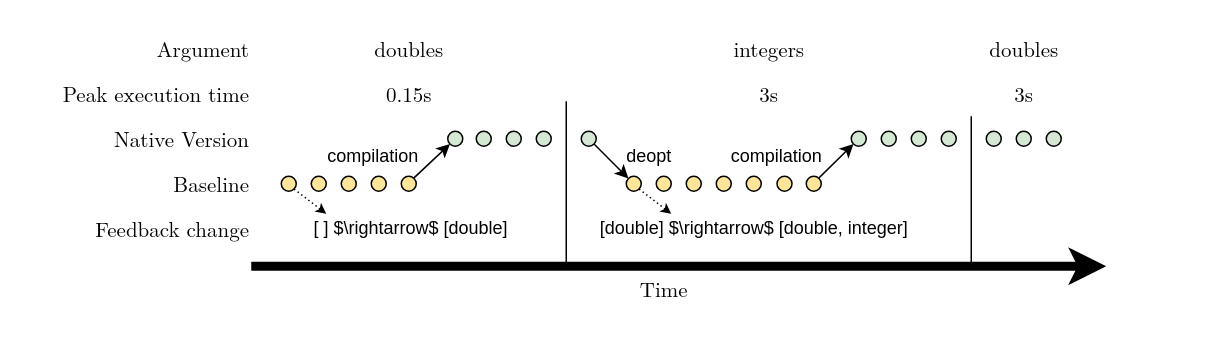
Above: page "Pollution baseline" (6 of 8) of diagrams/diagrams.drawio in rihafilip/master-thesis (draw.io), before the change. Source tidied: cells renumbered, new cells numbered last; positions are measured from the earlier drawing's top-left corner, leaving out a move shared by most shapes. Both pictures are drawn from the tidied source at 150%, with x=0, y=0 at pixel (26, 26).
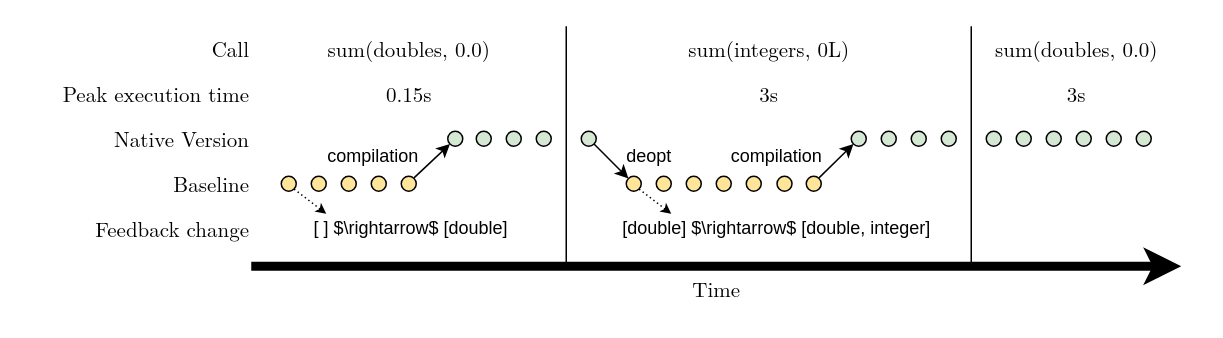
After the change.

Diff of the diagram source:
```diff
@@
     <mxCell id="2" style="endArrow=classic;html=1;rounded=0;fontFamily=LM Roman 10;fontSize=14;fontColor=default;strokeWidth=6;" parent="1" edge="1">
       <mxGeometry relative="1" as="geometry">
         <mxPoint x="150" y="160" as="sourcePoint" />
-        <mxPoint x="720" y="160" as="targetPoint" />
+        <mxPoint x="770" y="160" as="targetPoint" />
       </mxGeometry>
     </mxCell>
@@
     <mxCell id="8" value="Time" style="text;html=1;align=center;verticalAlign=middle;strokeColor=none;fillColor=none;fontSize=14;fontFamily=LM Roman 10;" parent="1" vertex="1">
-      <mxGeometry x="150" y="160" width="550" height="30" as="geometry" />
+      <mxGeometry x="150" y="160" width="620" height="30" as="geometry" />
     </mxCell>
@@
     <mxCell id="13" value="[double] $\rightarrow$ [double, integer]" style="text;html=1;align=center;verticalAlign=middle;strokeColor=none;fillColor=none;" parent="1" vertex="1">
-      <mxGeometry x="365" y="120" width="240" height="30" as="geometry" />
+      <mxGeometry x="380" y="120" width="240" height="30" as="geometry" />
     </mxCell>
@@
     <mxCell id="16" style="endArrow=none;html=1;rounded=0;" parent="1" edge="1">
       <mxGeometry relative="1" as="geometry">
-        <mxPoint x="360" y="50" as="sourcePoint" />
+        <mxPoint x="360" as="sourcePoint" />
         <mxPoint x="360" y="160" as="targetPoint" />
       </mxGeometry>
     </mxCell>
     <mxCell id="17" style="endArrow=none;html=1;rounded=0;" parent="1" edge="1">
       <mxGeometry relative="1" as="geometry">
-        <mxPoint x="630" y="60" as="sourcePoint" />
+        <mxPoint x="630" as="sourcePoint" />
         <mxPoint x="630" y="160" as="targetPoint" />
       </mxGeometry>
     </mxCell>
-    <mxCell id="18" value="Argument" style="text;html=1;align=right;verticalAlign=middle;strokeColor=none;fillColor=none;fontFamily=LM Roman 10;fontSize=14;fontColor=default;" parent="1" vertex="1">
-      <mxGeometry x="60" y="-0.4" width="90" height="30" as="geometry" />
+    <mxCell id="18" value="Call" style="text;html=1;align=right;verticalAlign=middle;strokeColor=none;fillColor=none;fontFamily=LM Roman 10;fontSize=14;fontColor=default;" parent="1" vertex="1">
+      <mxGeometry x="100" y="-0.4" width="50" height="30" as="geometry" />
     </mxCell>
@@
-    <mxCell id="20" value="doubles" style="text;html=1;align=center;verticalAlign=middle;strokeColor=none;fillColor=none;fontFamily=LM Roman 10;fontSize=14;fontColor=default;" parent="1" vertex="1">
+    <mxCell id="20" value="sum(doubles, 0.0)" style="text;html=1;align=center;verticalAlign=middle;strokeColor=none;fillColor=none;fontFamily=LM Roman 10;fontSize=14;fontColor=default;" parent="1" vertex="1">
       <mxGeometry x="150" y="-0.4" width="210" height="30" as="geometry" />
     </mxCell>
@@
-    <mxCell id="22" value="doubles" style="text;html=1;align=center;verticalAlign=middle;strokeColor=none;fillColor=none;fontFamily=LM Roman 10;fontSize=14;fontColor=default;" parent="1" vertex="1">
-      <mxGeometry x="630" y="-0.4" width="70" height="30" as="geometry" />
+    <mxCell id="22" value="sum(doubles, 0.0)" style="text;html=1;align=center;verticalAlign=middle;strokeColor=none;fillColor=none;fontFamily=LM Roman 10;fontSize=14;fontColor=default;" parent="1" vertex="1">
+      <mxGeometry x="630" y="-0.4" width="140" height="30" as="geometry" />
     </mxCell>
     <mxCell id="23" value="3s" style="text;html=1;align=center;verticalAlign=middle;strokeColor=none;fillColor=none;fontFamily=LM Roman 10;fontSize=14;fontColor=default;" parent="1" vertex="1">
-      <mxGeometry x="630" y="29.6" width="70" height="30" as="geometry" />
+      <mxGeometry x="630" y="29.6" width="140" height="30" as="geometry" />
     </mxCell>
-    <mxCell id="24" value="integers" style="text;html=1;align=center;verticalAlign=middle;strokeColor=none;fillColor=none;fontFamily=LM Roman 10;fontSize=14;fontColor=default;" parent="1" vertex="1">
+    <mxCell id="24" value="sum(integers, 0L)" style="text;html=1;align=center;verticalAlign=middle;strokeColor=none;fillColor=none;fontFamily=LM Roman 10;fontSize=14;fontColor=default;" parent="1" vertex="1">
       <mxGeometry x="360" y="-0.4" width="270" height="30" as="geometry" />
     </mxCell>
@@
+    <mxCell id="51" style="ellipse;whiteSpace=wrap;html=1;align=center;verticalAlign=middle;fontFamily=LM Roman 10;fontSize=14;fontColor=default;fillColor=#D5E8D4;gradientColor=none;" parent="1" vertex="1">
+      <mxGeometry x="700" y="70" width="10" height="10" as="geometry" />
+    </mxCell>
+    <mxCell id="52" style="ellipse;whiteSpace=wrap;html=1;align=center;verticalAlign=middle;fontFamily=LM Roman 10;fontSize=14;fontColor=default;fillColor=#D5E8D4;gradientColor=none;" parent="1" vertex="1">
+      <mxGeometry x="720" y="70" width="10" height="10" as="geometry" />
+    </mxCell>
+    <mxCell id="53" style="ellipse;whiteSpace=wrap;html=1;align=center;verticalAlign=middle;fontFamily=LM Roman 10;fontSize=14;fontColor=default;fillColor=#D5E8D4;gradientColor=none;" parent="1" vertex="1">
+      <mxGeometry x="740" y="70" width="10" height="10" as="geometry" />
+    </mxCell>
```
